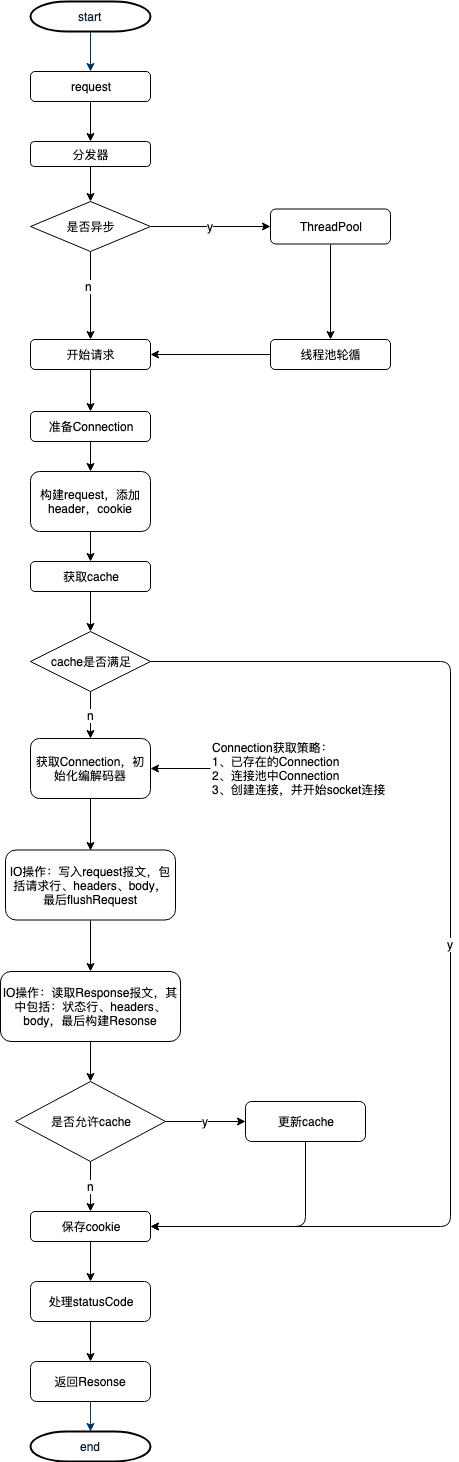
This is docs/media/15588568433891/网络请求流程.png from LeaYw/Documents, a draw.io export, as it was before one commit. Source tidied: cells renumbered, new cells last; positions are measured from the earlier drawing's top-left corner, leaving out a move shared by most shapes. The source it was exported from:
```xml
<mxGraphModel background="#ffffff">
  <root>
    <mxCell id="0" />
    <mxCell id="1" parent="0" />
    <mxCell id="2" value="start" style="shape=mxgraph.flowchart.terminator;fillColor=#FFFFFF;strokeColor=#000000;strokeWidth=2;gradientColor=none;gradientDirection=north;fontColor=#001933;fontStyle=0;html=1;" parent="1" vertex="1">
      <mxGeometry x="30" width="120" height="30" as="geometry" />
    </mxCell>
    <mxCell id="3" style="fontColor=#001933;fontStyle=1;strokeColor=#003366;strokeWidth=1;html=1;entryX=0.5;entryY=0;entryDx=0;entryDy=0;" parent="1" edge="1" source="2" target="6">
      <mxGeometry relative="1" as="geometry" />
    </mxCell>
    <mxCell id="4" value="end" style="shape=mxgraph.flowchart.terminator;fillColor=#FFFFFF;strokeColor=#000000;strokeWidth=2;gradientColor=none;gradientDirection=north;fontColor=#001933;fontStyle=0;html=1;" parent="1" vertex="1">
      <mxGeometry x="30" y="1430" width="120" height="30" as="geometry" />
    </mxCell>
    <mxCell id="5" style="edgeStyle=elbowEdgeStyle;elbow=vertical;exitX=0.5;exitY=1;entryX=0.5;entryY=0;entryPerimeter=0;fontColor=#001933;fontStyle=1;strokeColor=#003366;strokeWidth=1;html=1;exitDx=0;exitDy=0;" parent="1" edge="1" source="46" target="4">
      <mxGeometry as="geometry" />
    </mxCell>
    <mxCell id="6" value="request" style="rounded=1;whiteSpace=wrap;html=1;" parent="1" vertex="1">
      <mxGeometry x="30" y="70" width="120" height="30" as="geometry" />
    </mxCell>
    <mxCell id="7" value="线程池轮循" style="rounded=1;whiteSpace=wrap;html=1;" parent="1" vertex="1">
      <mxGeometry x="270" y="338" width="120" height="30" as="geometry" />
    </mxCell>
    <mxCell id="8" style="endArrow=classic;html=1;exitX=0.5;exitY=1;exitDx=0;exitDy=0;entryX=0.5;entryY=0;entryDx=0;entryDy=0;" parent="1" edge="1" source="18" target="21">
      <mxGeometry relative="1" as="geometry" />
    </mxCell>
    <mxCell id="9" value="构建request，添加header，cookie" style="rounded=1;whiteSpace=wrap;html=1;" parent="1" vertex="1">
      <mxGeometry x="30" y="470" width="120" height="60" as="geometry" />
    </mxCell>
    <mxCell id="10" value="是否异步" style="rhombus;whiteSpace=wrap;html=1;" parent="1" vertex="1">
      <mxGeometry x="30" y="200" width="120" height="50" as="geometry" />
    </mxCell>
    <mxCell id="11" value="分发器" style="rounded=1;whiteSpace=wrap;html=1;" parent="1" vertex="1">
      <mxGeometry x="30" y="140" width="120" height="25" as="geometry" />
    </mxCell>
    <mxCell id="12" style="endArrow=classic;html=1;exitX=0.5;exitY=1;exitDx=0;exitDy=0;" parent="1" edge="1" source="6" target="11">
      <mxGeometry relative="1" as="geometry" />
    </mxCell>
    <mxCell id="13" style="endArrow=classic;html=1;exitX=0.5;exitY=1;exitDx=0;exitDy=0;entryX=0.5;entryY=0;entryDx=0;entryDy=0;" parent="1" edge="1" source="11" target="10">
      <mxGeometry relative="1" as="geometry" />
    </mxCell>
    <mxCell id="14" style="endArrow=classic;html=1;exitX=0.5;exitY=1;exitDx=0;exitDy=0;entryX=0.5;entryY=0;entryDx=0;entryDy=0;" parent="1" edge="1" source="10" target="18">
      <mxGeometry relative="1" as="geometry" />
    </mxCell>
    <mxCell id="15" value="n" style="text;html=1;align=center;verticalAlign=middle;labelBackgroundColor=#ffffff;" parent="14" vertex="1">
      <mxGeometry x="-0.23" y="-2" relative="1" as="geometry" />
    </mxCell>
    <mxCell id="16" value="y" style="endArrow=classic;html=1;exitX=1;exitY=0.5;exitDx=0;exitDy=0;entryX=0;entryY=0.5;entryDx=0;entryDy=0;" parent="1" edge="1" source="10" target="17">
      <mxGeometry relative="1" as="geometry" />
    </mxCell>
    <mxCell id="17" value="ThreadPool" style="rounded=1;whiteSpace=wrap;html=1;" parent="1" vertex="1">
      <mxGeometry x="270" y="207.5" width="120" height="35" as="geometry" />
    </mxCell>
    <mxCell id="18" value="开始请求" style="rounded=1;whiteSpace=wrap;html=1;" parent="1" vertex="1">
      <mxGeometry x="30" y="338" width="120" height="30" as="geometry" />
    </mxCell>
    <mxCell id="19" style="endArrow=classic;html=1;exitX=0.5;exitY=1;exitDx=0;exitDy=0;entryX=0.5;entryY=0;entryDx=0;entryDy=0;" parent="1" edge="1" source="17" target="7">
      <mxGeometry relative="1" as="geometry" />
    </mxCell>
    <mxCell id="20" style="endArrow=classic;html=1;exitX=0;exitY=0.5;exitDx=0;exitDy=0;entryX=1;entryY=0.5;entryDx=0;entryDy=0;" parent="1" edge="1" source="7" target="18">
      <mxGeometry relative="1" as="geometry" />
    </mxCell>
    <mxCell id="21" value="准备Connection" style="rounded=1;whiteSpace=wrap;html=1;" parent="1" vertex="1">
      <mxGeometry x="30" y="410" width="120" height="30" as="geometry" />
    </mxCell>
    <mxCell id="22" style="endArrow=classic;html=1;exitX=0.5;exitY=1;exitDx=0;exitDy=0;entryX=0.5;entryY=0;entryDx=0;entryDy=0;" parent="1" edge="1" source="21" target="9">
      <mxGeometry relative="1" as="geometry" />
    </mxCell>
    <mxCell id="23" style="endArrow=classic;html=1;exitX=0.5;exitY=1;exitDx=0;exitDy=0;entryX=0.5;entryY=0;entryDx=0;entryDy=0;" parent="1" edge="1" source="9" target="24">
      <mxGeometry relative="1" as="geometry" />
    </mxCell>
    <mxCell id="24" value="获取cache" style="rounded=1;whiteSpace=wrap;html=1;" parent="1" vertex="1">
      <mxGeometry x="30" y="560" width="120" height="30" as="geometry" />
    </mxCell>
    <mxCell id="25" style="endArrow=classic;html=1;exitX=0.5;exitY=1;exitDx=0;exitDy=0;entryX=0.5;entryY=0;entryDx=0;entryDy=0;" parent="1" edge="1" source="24" target="26">
      <mxGeometry relative="1" as="geometry" />
    </mxCell>
    <mxCell id="26" value="cache是否满足" style="rhombus;whiteSpace=wrap;html=1;" parent="1" vertex="1">
      <mxGeometry x="30" y="630" width="120" height="60" as="geometry" />
    </mxCell>
    <mxCell id="27" value="y" style="endArrow=classic;html=1;exitX=1;exitY=0.5;exitDx=0;exitDy=0;entryX=1;entryY=0.5;entryDx=0;entryDy=0;" parent="1" edge="1" source="26" target="39">
      <mxGeometry relative="1" as="geometry">
        <Array as="points">
          <mxPoint x="450" y="660" />
          <mxPoint x="450" y="1225" />
        </Array>
      </mxGeometry>
    </mxCell>
    <mxCell id="28" value="n" style="endArrow=classic;html=1;exitX=0.5;exitY=1;exitDx=0;exitDy=0;entryX=0.5;entryY=0;entryDx=0;entryDy=0;" parent="1" edge="1" source="26" target="29">
      <mxGeometry relative="1" as="geometry" />
    </mxCell>
    <mxCell id="29" value="获取Connection，初始化编解码器" style="rounded=1;whiteSpace=wrap;html=1;" parent="1" vertex="1">
      <mxGeometry x="30" y="737" width="120" height="60" as="geometry" />
    </mxCell>
    <mxCell id="30" style="endArrow=classic;html=1;exitX=0.5;exitY=1;exitDx=0;exitDy=0;entryX=0.5;entryY=0;entryDx=0;entryDy=0;" parent="1" edge="1" source="29" target="31">
      <mxGeometry relative="1" as="geometry" />
    </mxCell>
    <mxCell id="31" value="IO操作：写入request报文，包括请求行、headers、body，&lt;br&gt;最后flushRequest&lt;br&gt;" style="rounded=1;whiteSpace=wrap;html=1;" parent="1" vertex="1">
      <mxGeometry x="5" y="848.5" width="170" height="70" as="geometry" />
    </mxCell>
    <mxCell id="32" style="edgeStyle=orthogonalEdgeStyle;rounded=0;jettySize=auto;html=1;" parent="1" edge="1" source="33" target="29">
      <mxGeometry relative="1" as="geometry" />
    </mxCell>
    <mxCell id="33" value="Connection获取策略：&lt;br&gt;1、已存在的Connection &lt;br&gt;2、连接池中Connection&lt;br&gt;3、创建连接，并开始socket连接&lt;br&gt;" style="text;html=1;points=[];align=left;verticalAlign=top;spacingTop=-4;" parent="1" vertex="1">
      <mxGeometry x="210" y="737" width="190" height="60" as="geometry" />
    </mxCell>
    <mxCell id="34" style="endArrow=classic;html=1;exitX=0.5;exitY=1;exitDx=0;exitDy=0;entryX=0.5;entryY=0;entryDx=0;entryDy=0;" parent="1" edge="1" source="31" target="35">
      <mxGeometry relative="1" as="geometry" />
    </mxCell>
    <mxCell id="35" value="IO操作：读取Response报文，其中包括：状态行、headers、body，最后构建Resonse" style="rounded=1;whiteSpace=wrap;html=1;" parent="1" vertex="1">
      <mxGeometry y="970" width="180" height="70" as="geometry" />
    </mxCell>
    <mxCell id="36" style="endArrow=classic;html=1;exitX=0.5;exitY=1;exitDx=0;exitDy=0;entryX=0.5;entryY=0;entryDx=0;entryDy=0;" parent="1" edge="1" source="35" target="37">
      <mxGeometry relative="1" as="geometry" />
    </mxCell>
    <mxCell id="37" value="是否允许cache" style="rhombus;whiteSpace=wrap;html=1;" parent="1" vertex="1">
      <mxGeometry x="15" y="1080" width="150" height="80" as="geometry" />
    </mxCell>
    <mxCell id="38" value="n" style="endArrow=classic;html=1;exitX=0.5;exitY=1;exitDx=0;exitDy=0;" parent="1" edge="1" source="37">
      <mxGeometry relative="1" as="geometry">
        <mxPoint x="90" y="1210" as="targetPoint" />
      </mxGeometry>
    </mxCell>
    <mxCell id="39" value="保存cookie" style="rounded=1;whiteSpace=wrap;html=1;" parent="1" vertex="1">
      <mxGeometry x="30" y="1210" width="120" height="30" as="geometry" />
    </mxCell>
    <mxCell id="40" value="y" style="endArrow=classic;html=1;exitX=1;exitY=0.5;exitDx=0;exitDy=0;entryX=0;entryY=0.5;entryDx=0;entryDy=0;" parent="1" edge="1" source="37" target="41">
      <mxGeometry relative="1" as="geometry" />
    </mxCell>
    <mxCell id="41" value="更新cache" style="rounded=1;whiteSpace=wrap;html=1;" parent="1" vertex="1">
      <mxGeometry x="245" y="1100" width="120" height="40" as="geometry" />
    </mxCell>
    <mxCell id="42" style="endArrow=classic;html=1;exitX=0.5;exitY=1;exitDx=0;exitDy=0;entryX=1;entryY=0.5;entryDx=0;entryDy=0;" parent="1" edge="1" source="41" target="39">
      <mxGeometry relative="1" as="geometry">
        <Array as="points">
          <mxPoint x="305" y="1225" />
        </Array>
      </mxGeometry>
    </mxCell>
    <mxCell id="43" style="endArrow=classic;html=1;exitX=0.5;exitY=1;exitDx=0;exitDy=0;entryX=0.5;entryY=0;entryDx=0;entryDy=0;" parent="1" edge="1" source="39" target="44">
      <mxGeometry relative="1" as="geometry" />
    </mxCell>
    <mxCell id="44" value="处理statusCode" style="rounded=1;whiteSpace=wrap;html=1;" parent="1" vertex="1">
      <mxGeometry x="30" y="1280" width="120" height="40" as="geometry" />
    </mxCell>
    <mxCell id="45" style="endArrow=classic;html=1;exitX=0.5;exitY=1;exitDx=0;exitDy=0;entryX=0.5;entryY=0;entryDx=0;entryDy=0;" parent="1" edge="1" source="44" target="46">
      <mxGeometry relative="1" as="geometry" />
    </mxCell>
    <mxCell id="46" value="返回Resonse" style="rounded=1;whiteSpace=wrap;html=1;" parent="1" vertex="1">
      <mxGeometry x="30" y="1360" width="120" height="40" as="geometry" />
    </mxCell>
  </root>
</mxGraphModel>
```
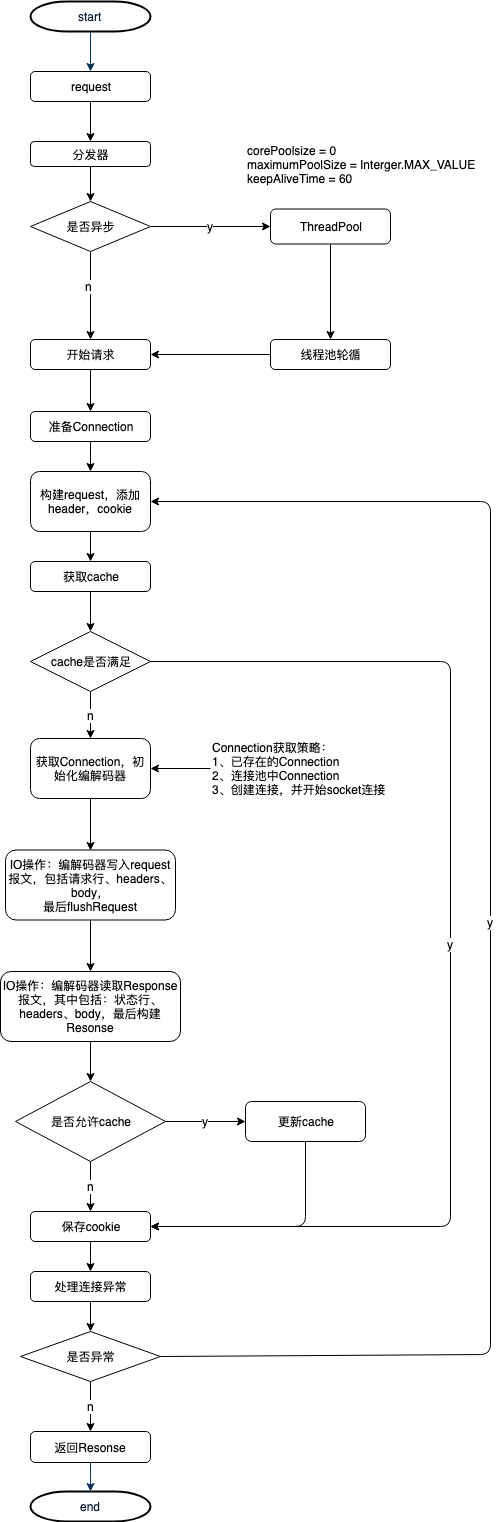
The same file after the commit.

Diff of the diagram source:
```diff
@@ -9,7 +9,7 @@
       <mxGeometry relative="1" as="geometry" />
     </mxCell>
     <mxCell id="4" value="end" style="shape=mxgraph.flowchart.terminator;fillColor=#FFFFFF;strokeColor=#000000;strokeWidth=2;gradientColor=none;gradientDirection=north;fontColor=#001933;fontStyle=0;html=1;" parent="1" vertex="1">
-      <mxGeometry x="30" y="1430" width="120" height="30" as="geometry" />
+      <mxGeometry x="30" y="1490" width="120" height="30" as="geometry" />
     </mxCell>
     <mxCell id="5" style="edgeStyle=elbowEdgeStyle;elbow=vertical;exitX=0.5;exitY=1;entryX=0.5;entryY=0;entryPerimeter=0;fontColor=#001933;fontStyle=1;strokeColor=#003366;strokeWidth=1;html=1;exitDx=0;exitDy=0;" parent="1" edge="1" source="46" target="4">
       <mxGeometry as="geometry" />
@@ -94,7 +94,7 @@
     <mxCell id="30" style="endArrow=classic;html=1;exitX=0.5;exitY=1;exitDx=0;exitDy=0;entryX=0.5;entryY=0;entryDx=0;entryDy=0;" parent="1" edge="1" source="29" target="31">
       <mxGeometry relative="1" as="geometry" />
     </mxCell>
-    <mxCell id="31" value="IO操作：写入request报文，包括请求行、headers、body，&lt;br&gt;最后flushRequest&lt;br&gt;" style="rounded=1;whiteSpace=wrap;html=1;" parent="1" vertex="1">
+    <mxCell id="31" value="IO操作：编解码器写入request报文，包括请求行、headers、body，&lt;br&gt;最后flushRequest&lt;br&gt;" style="rounded=1;whiteSpace=wrap;html=1;" parent="1" vertex="1">
       <mxGeometry x="5" y="848.5" width="170" height="70" as="geometry" />
     </mxCell>
     <mxCell id="32" style="edgeStyle=orthogonalEdgeStyle;rounded=0;jettySize=auto;html=1;" parent="1" edge="1" source="33" target="29">
@@ -106,7 +106,7 @@
     <mxCell id="34" style="endArrow=classic;html=1;exitX=0.5;exitY=1;exitDx=0;exitDy=0;entryX=0.5;entryY=0;entryDx=0;entryDy=0;" parent="1" edge="1" source="31" target="35">
       <mxGeometry relative="1" as="geometry" />
     </mxCell>
-    <mxCell id="35" value="IO操作：读取Response报文，其中包括：状态行、headers、body，最后构建Resonse" style="rounded=1;whiteSpace=wrap;html=1;" parent="1" vertex="1">
+    <mxCell id="35" value="IO操作：编解码器读取Response报文，其中包括：状态行、headers、body，最后构建Resonse" style="rounded=1;whiteSpace=wrap;html=1;" parent="1" vertex="1">
       <mxGeometry y="970" width="180" height="70" as="geometry" />
     </mxCell>
     <mxCell id="36" style="endArrow=classic;html=1;exitX=0.5;exitY=1;exitDx=0;exitDy=0;entryX=0.5;entryY=0;entryDx=0;entryDy=0;" parent="1" edge="1" source="35" target="37">
@@ -139,14 +139,31 @@
     <mxCell id="43" style="endArrow=classic;html=1;exitX=0.5;exitY=1;exitDx=0;exitDy=0;entryX=0.5;entryY=0;entryDx=0;entryDy=0;" parent="1" edge="1" source="39" target="44">
       <mxGeometry relative="1" as="geometry" />
     </mxCell>
-    <mxCell id="44" value="处理statusCode" style="rounded=1;whiteSpace=wrap;html=1;" parent="1" vertex="1">
-      <mxGeometry x="30" y="1280" width="120" height="40" as="geometry" />
+    <mxCell id="44" value="处理连接异常" style="rounded=1;whiteSpace=wrap;html=1;" parent="1" vertex="1">
+      <mxGeometry x="30" y="1270" width="120" height="30" as="geometry" />
     </mxCell>
-    <mxCell id="45" style="endArrow=classic;html=1;exitX=0.5;exitY=1;exitDx=0;exitDy=0;entryX=0.5;entryY=0;entryDx=0;entryDy=0;" parent="1" edge="1" source="44" target="46">
+    <mxCell id="45" style="endArrow=classic;html=1;exitX=0.5;exitY=1;exitDx=0;exitDy=0;entryX=0.5;entryY=0;entryDx=0;entryDy=0;" parent="1" edge="1" source="44" target="48">
       <mxGeometry relative="1" as="geometry" />
     </mxCell>
     <mxCell id="46" value="返回Resonse" style="rounded=1;whiteSpace=wrap;html=1;" parent="1" vertex="1">
-      <mxGeometry x="30" y="1360" width="120" height="40" as="geometry" />
+      <mxGeometry x="30" y="1430" width="120" height="31" as="geometry" />
     </mxCell>
+    <mxCell id="47" value="corePoolsize = 0&lt;br&gt;maximumPoolSize = Interger.MAX_VALUE&lt;br&gt;keepAliveTime = 60&lt;br&gt;" style="text;html=1;align=left;verticalAlign=top;spacingTop=-4;" parent="1" vertex="1">
+      <mxGeometry x="245" y="140" width="240" height="40" as="geometry" />
+    </mxCell>
+    <mxCell id="48" value="是否异常" style="rhombus;whiteSpace=wrap;html=1;" parent="1" vertex="1">
+      <mxGeometry x="20" y="1330" width="140" height="50" as="geometry" />
+    </mxCell>
+    <mxCell id="49" value="n" style="endArrow=classic;html=1;exitX=0.5;exitY=1;exitDx=0;exitDy=0;entryX=0.5;entryY=0;entryDx=0;entryDy=0;" parent="1" edge="1" source="48" target="46">
+      <mxGeometry relative="1" as="geometry" />
+    </mxCell>
+    <mxCell id="50" value="y" style="endArrow=classic;html=1;exitX=1;exitY=0.5;exitDx=0;exitDy=0;entryX=1;entryY=0.5;entryDx=0;entryDy=0;" parent="1" edge="1" source="48" target="9">
+      <mxGeometry relative="1" as="geometry">
+        <Array as="points">
+          <mxPoint x="490" y="1353" />
+          <mxPoint x="490" y="500" />
+        </Array>
+      </mxGeometry>
+    </mxCell>
   </root>
 </mxGraphModel>
```
